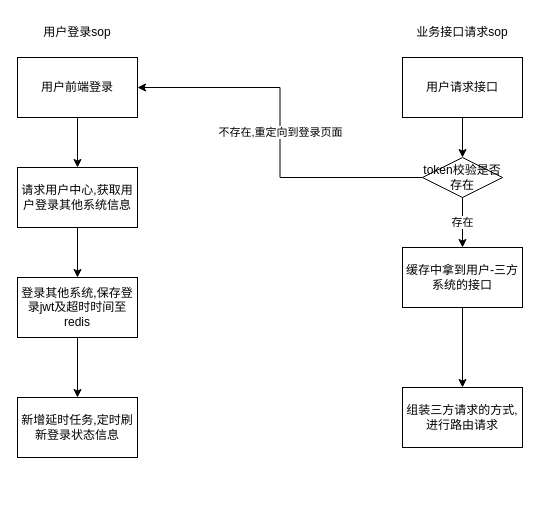
Above: page "登录/请求sop" (2 of 2) of 单点登录设计方案.drawio in xipeng156/drawio (draw.io), before the change. Source tidied: cells renumbered, new cells numbered last; positions are measured from the earlier drawing's top-left corner, leaving out a move shared by most shapes. Both pictures are drawn from the tidied source at 100%, with x=0, y=0 at pixel (17, 17).
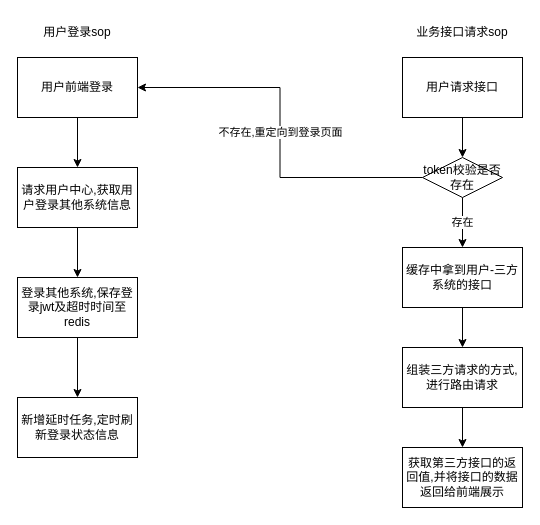
The same page after the edit.

The edit, as a diff of the source:
```diff
@@
+    <mxCell id="20" style="edgeStyle=orthogonalEdgeStyle;rounded=0;jettySize=auto;html=1;" parent="1" edge="1" source="19" target="21">
+      <mxGeometry relative="1" as="geometry" />
+    </mxCell>
     <mxCell id="19" value="组装三方请求的方式,进行路由请求" style="whiteSpace=wrap;html=1;" parent="1" vertex="1">
-      <mxGeometry x="385" y="370" width="120" height="60" as="geometry" />
+      <mxGeometry x="385" y="330" width="120" height="60" as="geometry" />
     </mxCell>
+    <mxCell id="21" value="获取第三方接口的返回值,并将接口的数据返回给前端展示" style="whiteSpace=wrap;html=1;" parent="1" vertex="1">
+      <mxGeometry x="385" y="430" width="120" height="60" as="geometry" />
+    </mxCell>
```
